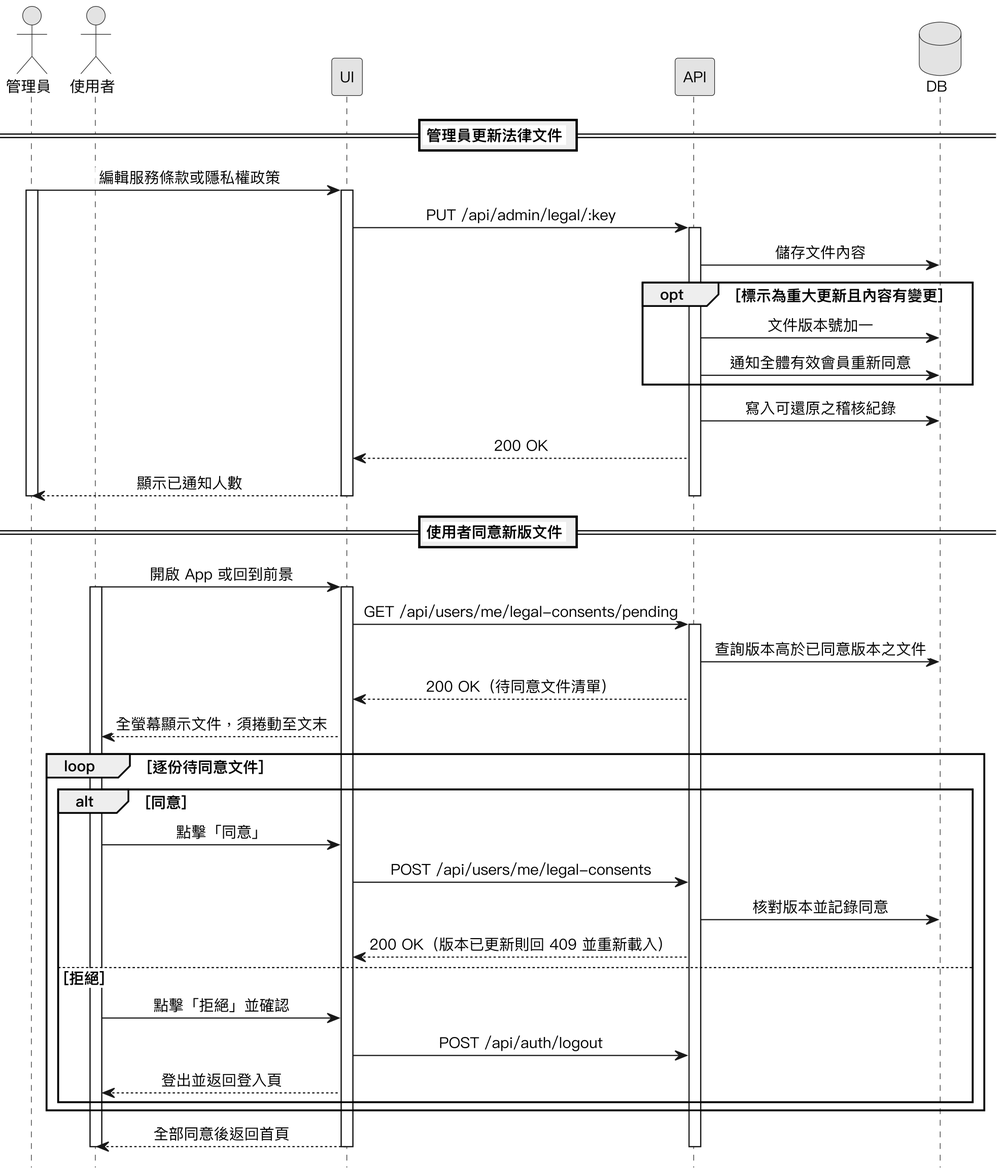
Before: Diagrams/Sequence Diagrams/v3/seq_legal_consent.png, a diagram exported from PlantUML (SaveMyBook/SaveMyBook).
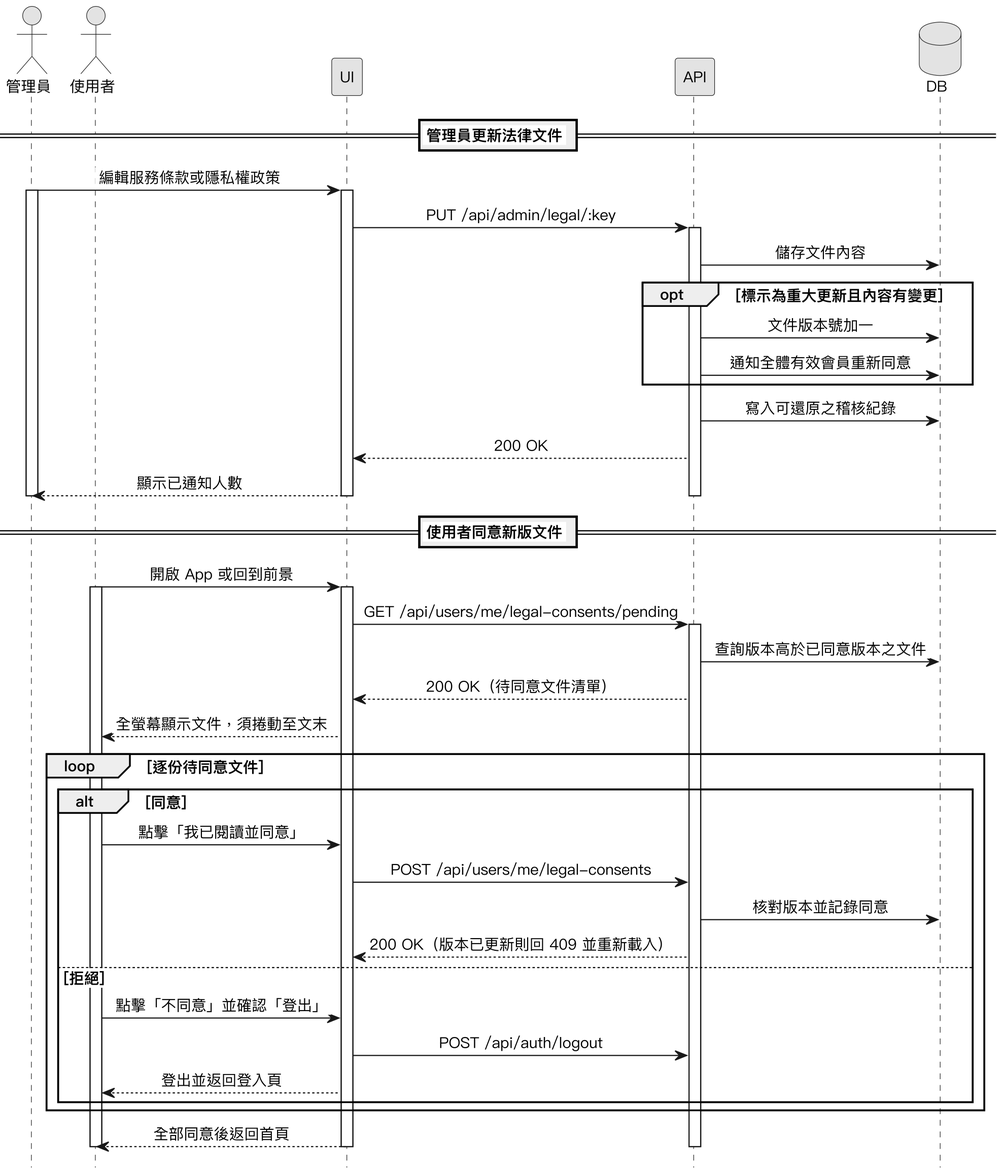
After the change.

The edit, as a diff of the source:
```diff
@@ -43,12 +43,12 @@
 UI --> 使用者 : 全螢幕顯示文件，須捲動至文末
 loop 逐份待同意文件
   alt 同意
-    使用者 -> UI : 點擊「同意」
+    使用者 -> UI : 點擊「我已閱讀並同意」
     UI -> API : POST /api/users/me/legal-consents
     API -> DB : 核對版本並記錄同意
     API --> UI : 200 OK（版本已更新則回 409 並重新載入）
   else 拒絕
-    使用者 -> UI : 點擊「拒絕」並確認
+    使用者 -> UI : 點擊「不同意」並確認「登出」
     UI -> API : POST /api/auth/logout
     UI --> 使用者 : 登出並返回登入頁
   end
```
